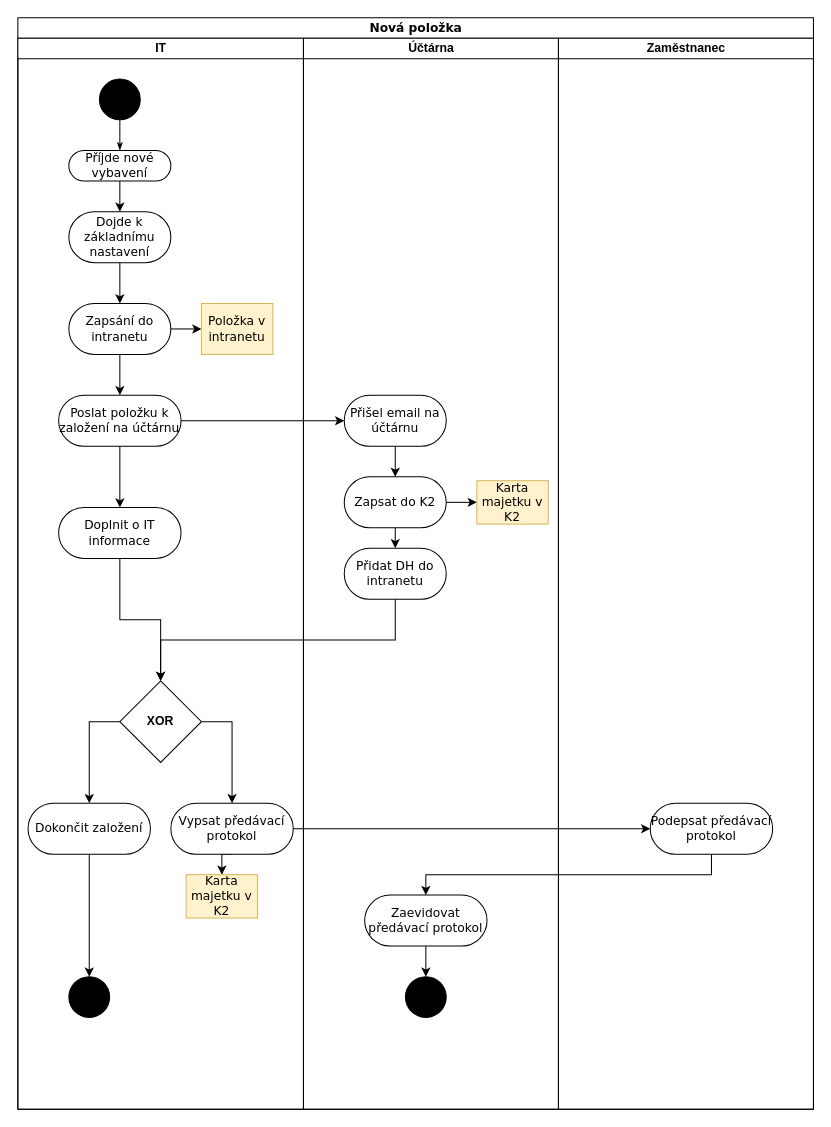
Before: page "Nová položka - new 0.0.1" (5 of 6) of UML - Inventar.drawio in horeckyj/drawio, a draw.io diagram. Source tidied: cells renumbered, new cells numbered last; positions are measured from the earlier drawing's top-left corner, leaving out a move shared by most shapes. Both pictures are drawn from the tidied source at 102%, with x=0, y=0 at pixel (17, 17).
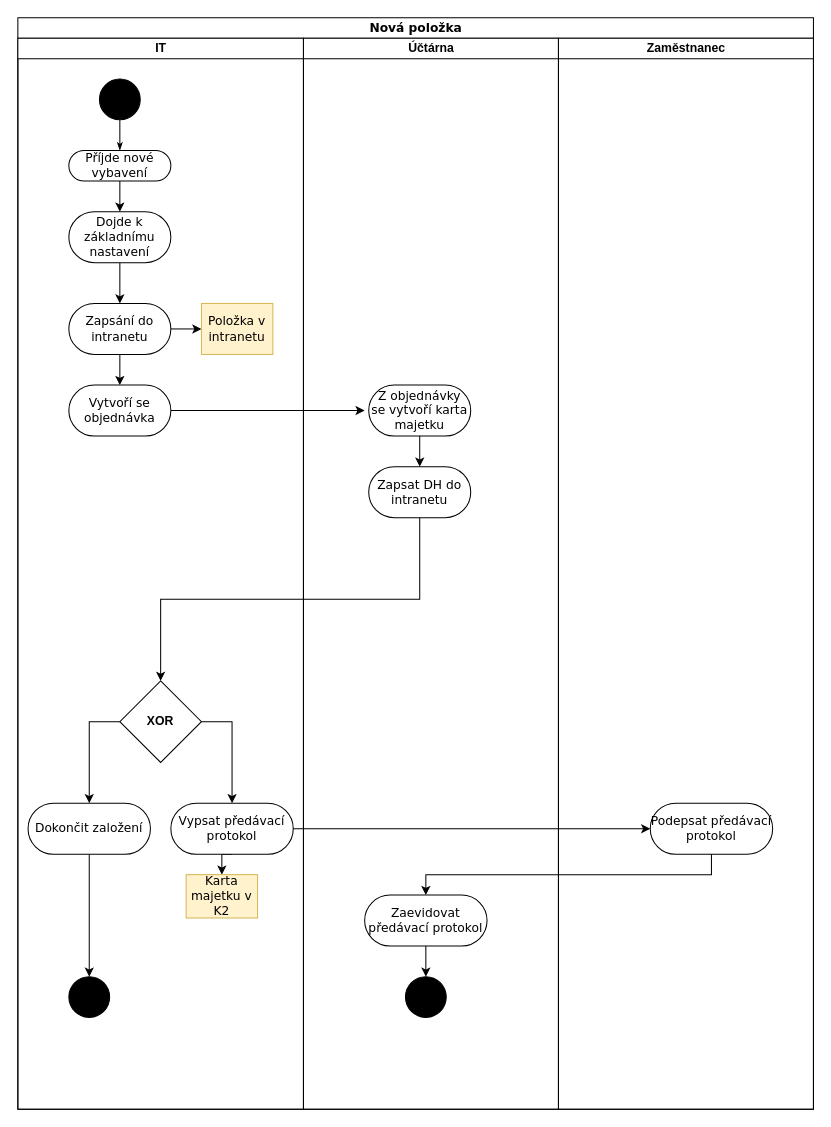
The same diagram, later.

The change refers to these unchanged cells:
```xml
<mxCell id="2" value="Nová položka" style="swimlane;html=1;startSize=20;rounded=0;shadow=0;comic=0;labelBackgroundColor=none;strokeWidth=1;fontFamily=Verdana;fontSize=12;align=center;" parent="1" vertex="1">
  <mxGeometry width="780" height="1070" as="geometry" />
</mxCell>
<mxCell id="3" value="IT" style="swimlane;html=1;startSize=20;" parent="2" vertex="1">
  <mxGeometry y="20" width="280" height="1050" as="geometry" />
</mxCell>
<mxCell id="12" value="Zapsání do intranetu" style="rounded=1;whiteSpace=wrap;html=1;shadow=0;comic=0;labelBackgroundColor=none;strokeWidth=1;fontFamily=Verdana;fontSize=12;align=center;arcSize=50;" parent="3" vertex="1">
  <mxGeometry x="50" y="260" width="100" height="50" as="geometry" />
</mxCell>
<mxCell id="21" value="&lt;b&gt;XOR&lt;/b&gt;" style="rhombus;whiteSpace=wrap;html=1;" parent="3" vertex="1">
  <mxGeometry x="100" y="630" width="80" height="80" as="geometry" />
</mxCell>
<mxCell id="27" value="Účtárna" style="swimlane;html=1;startSize=20;" parent="2" vertex="1">
  <mxGeometry x="280" y="20" width="250" height="1050" as="geometry" />
</mxCell>
```

Change to the diagram source:
```diff
@@
-    <mxCell id="11" style="edgeStyle=orthogonalEdgeStyle;rounded=0;jettySize=auto;html=1;exitX=0.5;exitY=1;exitDx=0;exitDy=0;" parent="3" edge="1" source="12">
-      <mxGeometry relative="1" as="geometry">
-        <mxPoint x="100" y="350" as="targetPoint" />
-      </mxGeometry>
-    </mxCell>
+    <mxCell id="44" style="edgeStyle=orthogonalEdgeStyle;rounded=0;jettySize=auto;html=1;exitX=0.5;exitY=1;exitDx=0;exitDy=0;entryX=0.5;entryY=0;entryDx=0;entryDy=0;" parent="3" edge="1" source="12" target="46">
+      <mxGeometry relative="1" as="geometry" />
+    </mxCell>
@@
-    <mxCell id="14" style="edgeStyle=orthogonalEdgeStyle;rounded=0;jettySize=auto;html=1;exitX=0.5;exitY=1;exitDx=0;exitDy=0;entryX=0.5;entryY=0;entryDx=0;entryDy=0;" parent="3" edge="1" source="15" target="17">
-      <mxGeometry relative="1" as="geometry" />
-    </mxCell>
-    <mxCell id="15" value="Poslat položku k založení na účtárnu" style="rounded=1;whiteSpace=wrap;html=1;shadow=0;comic=0;labelBackgroundColor=none;strokeWidth=1;fontFamily=Verdana;fontSize=12;align=center;arcSize=50;" parent="3" vertex="1">
-      <mxGeometry x="40" y="350" width="120" height="50" as="geometry" />
-    </mxCell>
-    <mxCell id="16" style="edgeStyle=orthogonalEdgeStyle;rounded=0;jettySize=auto;html=1;exitX=0.5;exitY=1;exitDx=0;exitDy=0;entryX=0.5;entryY=0;entryDx=0;entryDy=0;" parent="3" edge="1" source="17" target="21">
-      <mxGeometry relative="1" as="geometry" />
-    </mxCell>
-    <mxCell id="17" value="Doplnit o IT informace" style="rounded=1;whiteSpace=wrap;html=1;shadow=0;comic=0;labelBackgroundColor=none;strokeWidth=1;fontFamily=Verdana;fontSize=12;align=center;arcSize=50;" parent="3" vertex="1">
-      <mxGeometry x="40" y="460" width="120" height="50" as="geometry" />
-    </mxCell>
@@
+    <mxCell id="45" style="edgeStyle=orthogonalEdgeStyle;rounded=0;jettySize=auto;html=1;exitX=1;exitY=0.5;exitDx=0;exitDy=0;" parent="3" edge="1" source="46">
+      <mxGeometry relative="1" as="geometry">
+        <mxPoint x="340" y="365" as="targetPoint" />
+      </mxGeometry>
+    </mxCell>
+    <mxCell id="46" value="Vytvoří se objednávka" style="rounded=1;whiteSpace=wrap;html=1;shadow=0;comic=0;labelBackgroundColor=none;strokeWidth=1;fontFamily=Verdana;fontSize=12;align=center;arcSize=50;" parent="3" vertex="1">
+      <mxGeometry x="50" y="340" width="100" height="50" as="geometry" />
+    </mxCell>
@@
-    <mxCell id="28" style="edgeStyle=orthogonalEdgeStyle;rounded=0;jettySize=auto;html=1;exitX=0.5;exitY=1;exitDx=0;exitDy=0;" parent="27" edge="1" source="29" target="32">
-      <mxGeometry relative="1" as="geometry" />
-    </mxCell>
-    <mxCell id="29" value="Přišel email na účtárnu" style="rounded=1;whiteSpace=wrap;html=1;shadow=0;comic=0;labelBackgroundColor=none;strokeWidth=1;fontFamily=Verdana;fontSize=12;align=center;arcSize=50;" parent="27" vertex="1">
-      <mxGeometry x="40" y="350" width="100" height="50" as="geometry" />
-    </mxCell>
-    <mxCell id="30" style="edgeStyle=orthogonalEdgeStyle;rounded=0;jettySize=auto;html=1;exitX=1;exitY=0.5;exitDx=0;exitDy=0;entryX=0;entryY=0.5;entryDx=0;entryDy=0;" parent="27" edge="1" source="32" target="33">
-      <mxGeometry relative="1" as="geometry" />
-    </mxCell>
-    <mxCell id="31" style="edgeStyle=orthogonalEdgeStyle;rounded=0;jettySize=auto;html=1;exitX=0.5;exitY=1;exitDx=0;exitDy=0;entryX=0.5;entryY=0;entryDx=0;entryDy=0;" parent="27" edge="1" source="32" target="34">
-      <mxGeometry relative="1" as="geometry" />
-    </mxCell>
-    <mxCell id="32" value="Zapsat do K2" style="rounded=1;whiteSpace=wrap;html=1;shadow=0;comic=0;labelBackgroundColor=none;strokeWidth=1;fontFamily=Verdana;fontSize=12;align=center;arcSize=50;" parent="27" vertex="1">
-      <mxGeometry x="40" y="430" width="100" height="50" as="geometry" />
-    </mxCell>
-    <mxCell id="33" value="Karta majetku v K2" style="rounded=0;whiteSpace=wrap;html=1;shadow=0;comic=0;labelBackgroundColor=none;strokeWidth=1;fontFamily=Verdana;fontSize=12;align=center;arcSize=50;fillColor=#fff2cc;strokeColor=#d6b656;" parent="27" vertex="1">
-      <mxGeometry x="170" y="433.8" width="70" height="42.5" as="geometry" />
-    </mxCell>
-    <mxCell id="34" value="Přidat DH do intranetu" style="rounded=1;whiteSpace=wrap;html=1;shadow=0;comic=0;labelBackgroundColor=none;strokeWidth=1;fontFamily=Verdana;fontSize=12;align=center;arcSize=50;" parent="27" vertex="1">
-      <mxGeometry x="40" y="500" width="100" height="50" as="geometry" />
-    </mxCell>
@@
+    <mxCell id="47" value="Z objednávky se vytvoří karta majetku" style="rounded=1;whiteSpace=wrap;html=1;shadow=0;comic=0;labelBackgroundColor=none;strokeWidth=1;fontFamily=Verdana;fontSize=12;align=center;arcSize=50;" parent="27" vertex="1">
+      <mxGeometry x="64" y="340" width="100" height="50" as="geometry" />
+    </mxCell>
+    <mxCell id="48" value="Zapsat DH do intranetu" style="rounded=1;whiteSpace=wrap;html=1;shadow=0;comic=0;labelBackgroundColor=none;strokeWidth=1;fontFamily=Verdana;fontSize=12;align=center;arcSize=50;" parent="27" vertex="1">
+      <mxGeometry x="64" y="420" width="100" height="50" as="geometry" />
+    </mxCell>
+    <mxCell id="49" style="edgeStyle=orthogonalEdgeStyle;rounded=0;jettySize=auto;html=1;exitX=0.5;exitY=1;exitDx=0;exitDy=0;entryX=0.5;entryY=0;entryDx=0;entryDy=0;" parent="27" edge="1" source="47" target="48">
+      <mxGeometry relative="1" as="geometry" />
+    </mxCell>
@@
-    <mxCell id="40" style="edgeStyle=orthogonalEdgeStyle;rounded=0;jettySize=auto;html=1;exitX=1;exitY=0.5;exitDx=0;exitDy=0;entryX=0;entryY=0.5;entryDx=0;entryDy=0;" parent="2" edge="1" source="15" target="29">
-      <mxGeometry relative="1" as="geometry" />
-    </mxCell>
@@
-    <mxCell id="42" style="edgeStyle=orthogonalEdgeStyle;rounded=0;jettySize=auto;html=1;exitX=0.5;exitY=1;exitDx=0;exitDy=0;entryX=0.5;entryY=0;entryDx=0;entryDy=0;" parent="2" edge="1" source="34" target="21">
-      <mxGeometry relative="1" as="geometry" />
-    </mxCell>
@@
+    <mxCell id="50" style="edgeStyle=orthogonalEdgeStyle;rounded=0;jettySize=auto;html=1;exitX=0.5;exitY=1;exitDx=0;exitDy=0;entryX=0.5;entryY=0;entryDx=0;entryDy=0;" parent="2" edge="1" source="48" target="21">
+      <mxGeometry relative="1" as="geometry" />
+    </mxCell>
```
